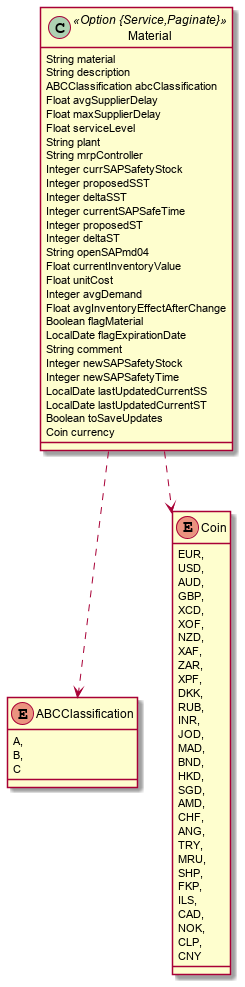
CatarinaOG/Projeto-Informatica keeps this PlantUML diagram as code/jhipster-jdl.png. Above is the earlier version. Its diagram source:
```plantuml
@startuml
	!pragma syntax class
	class Material <<Option {Service,Paginate}>> {
		String material
		String description
		ABCClassification abcClassification
		Float avgSupplierDelay
		Float maxSupplierDelay
		Float serviceLevel
		String plant
		String mrpController
		Integer currSAPSafetyStock
		Integer proposedSST
		Integer deltaSST
		Integer currentSAPSafeTime
		Integer proposedST
		Integer deltaST
		String openSAPmd04
		Float currentInventoryValue
		Float unitCost
		Integer avgDemand
		Float avgInventoryEffectAfterChange
		Boolean flagMaterial
		LocalDate flagExpirationDate
		String comment
		Integer newSAPSafetyStock
		Integer newSAPSafetyTime
		LocalDate lastUpdatedCurrentSS
		LocalDate lastUpdatedCurrentST
		Boolean toSaveUpdates
		Coin currency
	}
	Material ..> ABCClassification
	Material ..> Coin
	enum ABCClassification {
		A,
		B,
		C
	}
	enum Coin {
		EUR,
		USD,
		AUD,
		GBP,
		XCD,
		XOF,
		NZD,
		XAF,
		ZAR,
		XPF,
		DKK,
		RUB,
		INR,
		JOD,
		MAD,
		BND,
		HKD,
		SGD,
		AMD,
		CHF,
		ANG,
		TRY,
		MRU,
		SHP,
		FKP,
		ILS,
		CAD,
		NOK,
		CLP,
		CNY
	}
@enduml
```
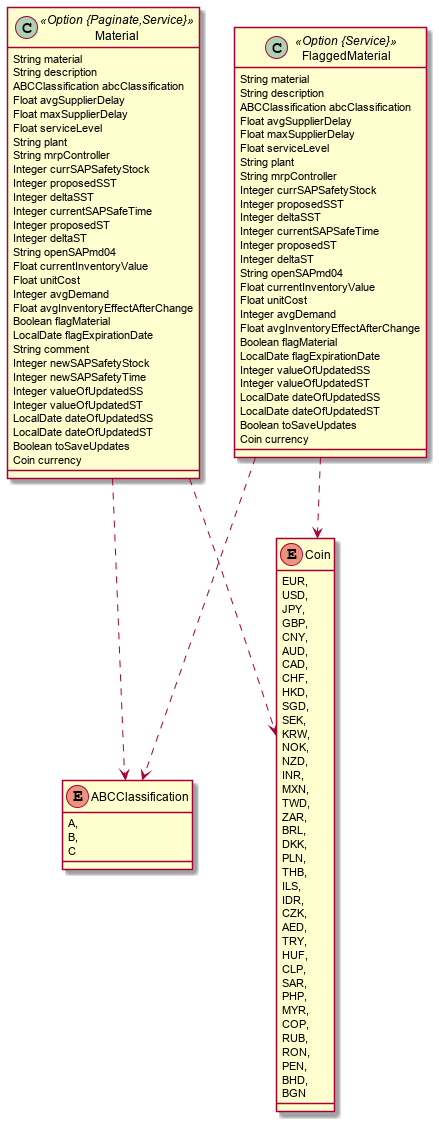
Later version of the same file.

What changed in the source:
```diff
@@ -1,6 +1,6 @@
 @startuml
 	!pragma syntax class
-	class Material <<Option {Service,Paginate}>> {
+	class Material <<Option {Paginate,Service}>> {
 		String material
 		String description
 		ABCClassification abcClassification
@@ -25,13 +25,46 @@
 		String comment
 		Integer newSAPSafetyStock
 		Integer newSAPSafetyTime
-		LocalDate lastUpdatedCurrentSS
-		LocalDate lastUpdatedCurrentST
+		Integer valueOfUpdatedSS
+		Integer valueOfUpdatedST
+		LocalDate dateOfUpdatedSS
+		LocalDate dateOfUpdatedST
 		Boolean toSaveUpdates
 		Coin currency
 	}
 	Material ..> ABCClassification
 	Material ..> Coin
+	class FlaggedMaterial <<Option {Service}>> {
+		String material
+		String description
+		ABCClassification abcClassification
+		Float avgSupplierDelay
+		Float maxSupplierDelay
+		Float serviceLevel
+		String plant
+		String mrpController
+		Integer currSAPSafetyStock
+		Integer proposedSST
+		Integer deltaSST
+		Integer currentSAPSafeTime
+		Integer proposedST
+		Integer deltaST
+		String openSAPmd04
+		Float currentInventoryValue
+		Float unitCost
+		Integer avgDemand
+		Float avgInventoryEffectAfterChange
+		Boolean flagMaterial
+		LocalDate flagExpirationDate
+		Integer valueOfUpdatedSS
+		Integer valueOfUpdatedST
+		LocalDate dateOfUpdatedSS
+		LocalDate dateOfUpdatedST
+		Boolean toSaveUpdates
+		Coin currency
+	}
+	FlaggedMaterial ..> ABCClassification
+	FlaggedMaterial ..> Coin
 	enum ABCClassification {
 		A,
 		B,
@@ -40,33 +73,41 @@
 	enum Coin {
 		EUR,
 		USD,
+		JPY,
+		GBP,
+		CNY,
 		AUD,
-		GBP,
-		XCD,
-		XOF,
-		NZD,
-		XAF,
-		ZAR,
-		XPF,
-		DKK,
-		RUB,
-		INR,
-		JOD,
-		MAD,
-		BND,
+		CAD,
+		CHF,
 		HKD,
 		SGD,
-		AMD,
-		CHF,
-		ANG,
+		SEK,
+		KRW,
+		NOK,
+		NZD,
+		INR,
+		MXN,
+		TWD,
+		ZAR,
+		BRL,
+		DKK,
+		PLN,
+		THB,
+		ILS,
+		IDR,
+		CZK,
+		AED,
 		TRY,
-		MRU,
-		SHP,
-		FKP,
-		ILS,
-		CAD,
-		NOK,
+		HUF,
 		CLP,
-		CNY
+		SAR,
+		PHP,
+		MYR,
+		COP,
+		RUB,
+		RON,
+		PEN,
+		BHD,
+		BGN
 	}
 @enduml
```
